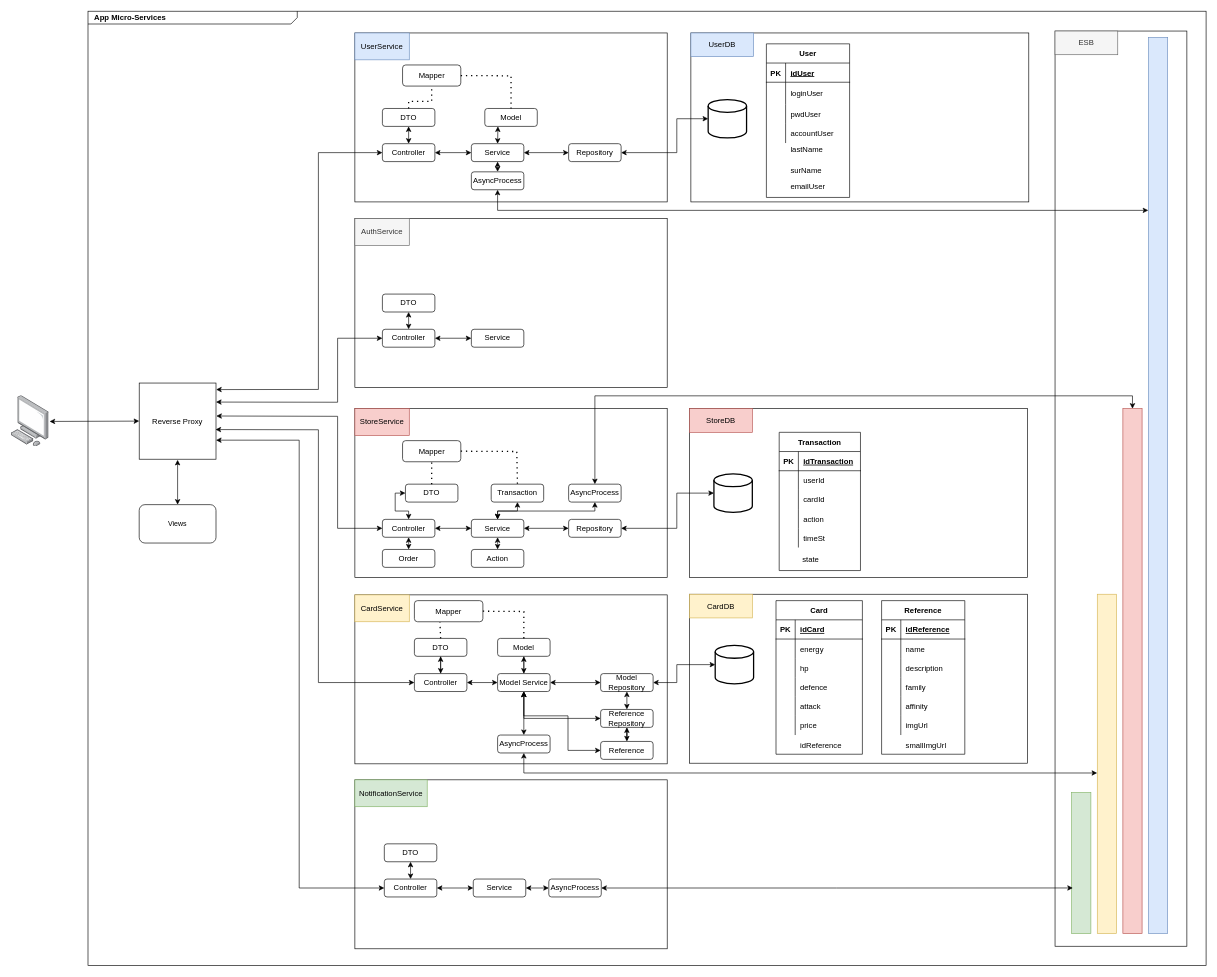
Earlier version of the draw.io diagram page "Micro-services" (2 of 2) of Diagramme.drawio (PetitYohan/ASI-2). Source tidied: cells renumbered, new cells numbered last; positions are measured from the earlier drawing's top-left corner, leaving out a move shared by most shapes. Both pictures are drawn from the tidied source at 64%, with x=0, y=0 at pixel (11, 11).
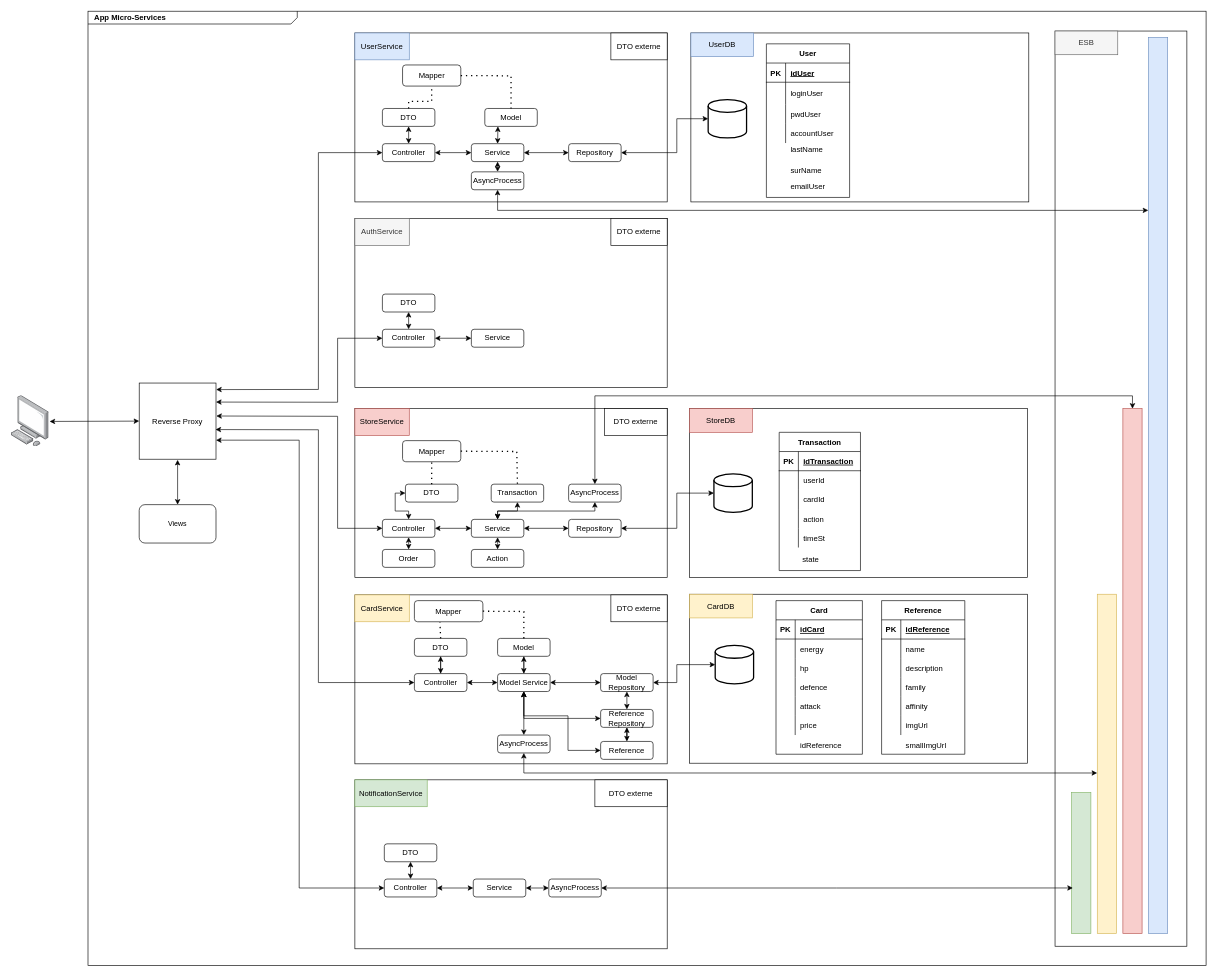
The same page after the edit.

Commit message (it also covers changes not shown here):
Mettre à jour Diagramme.drawio

Unchanged cells that the change refers to:
```xml
<mxCell id="10" style="group;" parent="1" vertex="1">
  <mxGeometry x="537" y="34" width="488" height="264" as="geometry" />
</mxCell>
<mxCell id="41" style="group;" parent="1" vertex="1">
  <mxGeometry x="537" y="324" width="1051" height="561" as="geometry" />
</mxCell>
<mxCell id="49" style="group;" parent="41" vertex="1">
  <mxGeometry y="297" width="488" height="264" as="geometry" />
</mxCell>
<mxCell id="90" style="group;" parent="41" vertex="1">
  <mxGeometry y="588" width="488" height="264" as="geometry" />
</mxCell>
```

The edit, as a diff of the source:
```diff
@@
-    <mxCell id="2" value="&lt;p style=&quot;margin: 0px ; margin-top: 4px ; margin-left: 10px ; text-align: left&quot;&gt;&lt;b&gt;App Micro-Services&lt;/b&gt;&lt;/p&gt;&lt;p style=&quot;margin: 0px ; margin-top: 4px ; margin-left: 10px ; text-align: left&quot;&gt;&lt;b&gt;&lt;br&gt;&lt;/b&gt;&lt;/p&gt;" style="html=1;strokeWidth=1;shape=mxgraph.sysml.package;html=1;overflow=fill;whiteSpace=wrap;fillColor=none;gradientColor=none;fontSize=12;align=center;labelX=327.64;" parent="1" vertex="1">
+    <mxCell id="2" value="&lt;p style=&quot;margin: 0px ; margin-top: 4px ; margin-left: 10px ; text-align: left&quot;&gt;&lt;b&gt;App Micro-Services&lt;/b&gt;&lt;/p&gt;&lt;p style=&quot;margin: 0px ; margin-top: 4px ; margin-left: 10px ; text-align: left&quot;&gt;&lt;b&gt;&lt;br&gt;&lt;/b&gt;&lt;/p&gt;" style="html=1;strokeWidth=1;shape=mxgraph.sysml.package;html=1;overflow=fill;whiteSpace=wrap;fontSize=12;align=center;labelX=327.64;fillColor=none;" parent="1" vertex="1">
       <mxGeometry x="120" width="1747" height="1491" as="geometry" />
     </mxCell>
@@
+    <mxCell id="195" value="DTO externe" style="rounded=0;whiteSpace=wrap;html=1;" parent="10" vertex="1">
+      <mxGeometry x="400" width="88" height="42" as="geometry" />
+    </mxCell>
@@
+    <mxCell id="196" value="DTO externe" style="rounded=0;whiteSpace=wrap;html=1;" parent="49" vertex="1">
+      <mxGeometry x="390" width="98" height="42" as="geometry" />
+    </mxCell>
@@
+    <mxCell id="197" value="DTO externe" style="rounded=0;whiteSpace=wrap;html=1;" parent="90" vertex="1">
+      <mxGeometry x="400" width="88" height="42" as="geometry" />
+    </mxCell>
@@
+    <mxCell id="198" value="DTO externe" style="rounded=0;whiteSpace=wrap;html=1;" parent="41" vertex="1">
+      <mxGeometry x="400" width="88" height="42" as="geometry" />
+    </mxCell>
@@
+    <mxCell id="199" value="DTO externe" style="rounded=0;whiteSpace=wrap;html=1;" parent="1" vertex="1">
+      <mxGeometry x="912" y="1201" width="113" height="42" as="geometry" />
+    </mxCell>
```
